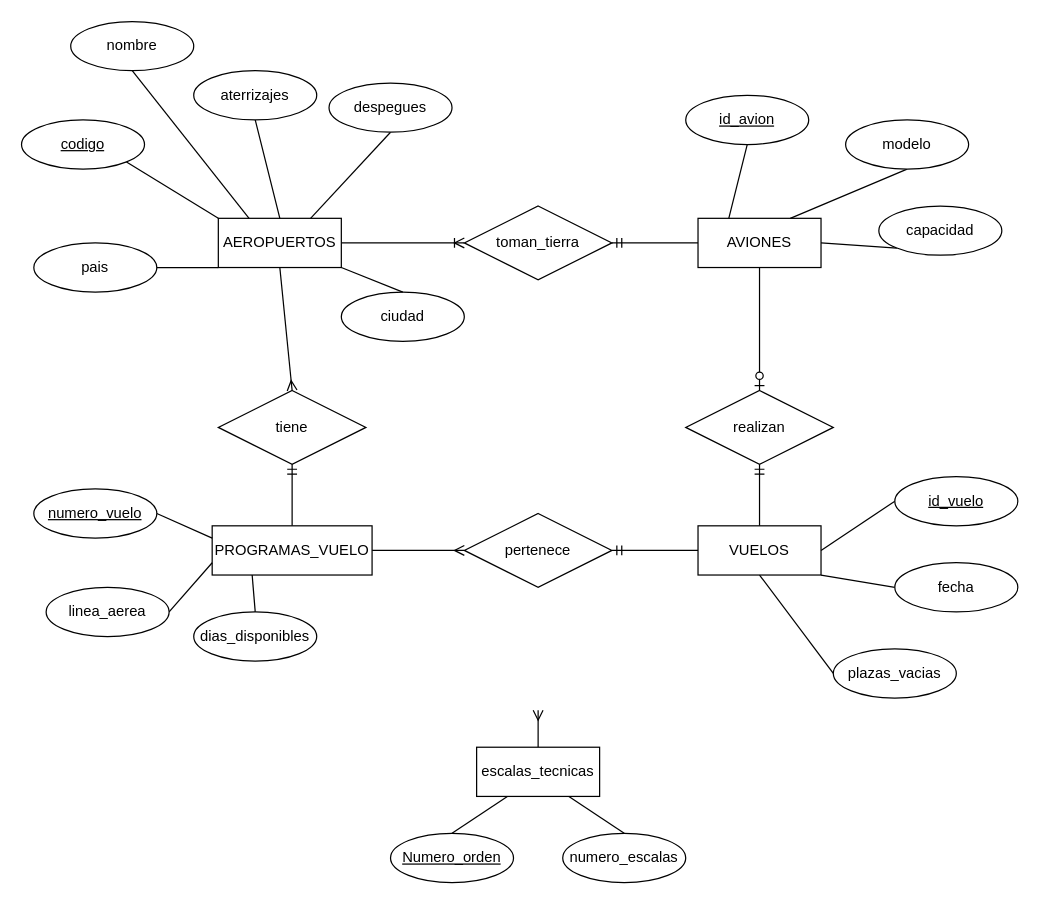
The draw.io diagram aeropuerto.drawio in rosemberg0212/Software-libre, before the edit. Source tidied: cells renumbered, new cells numbered last; positions are measured from the earlier drawing's top-left corner, leaving out a move shared by most shapes. Both pictures are drawn from the tidied source at 123%, with x=0, y=0 at pixel (21, 21).
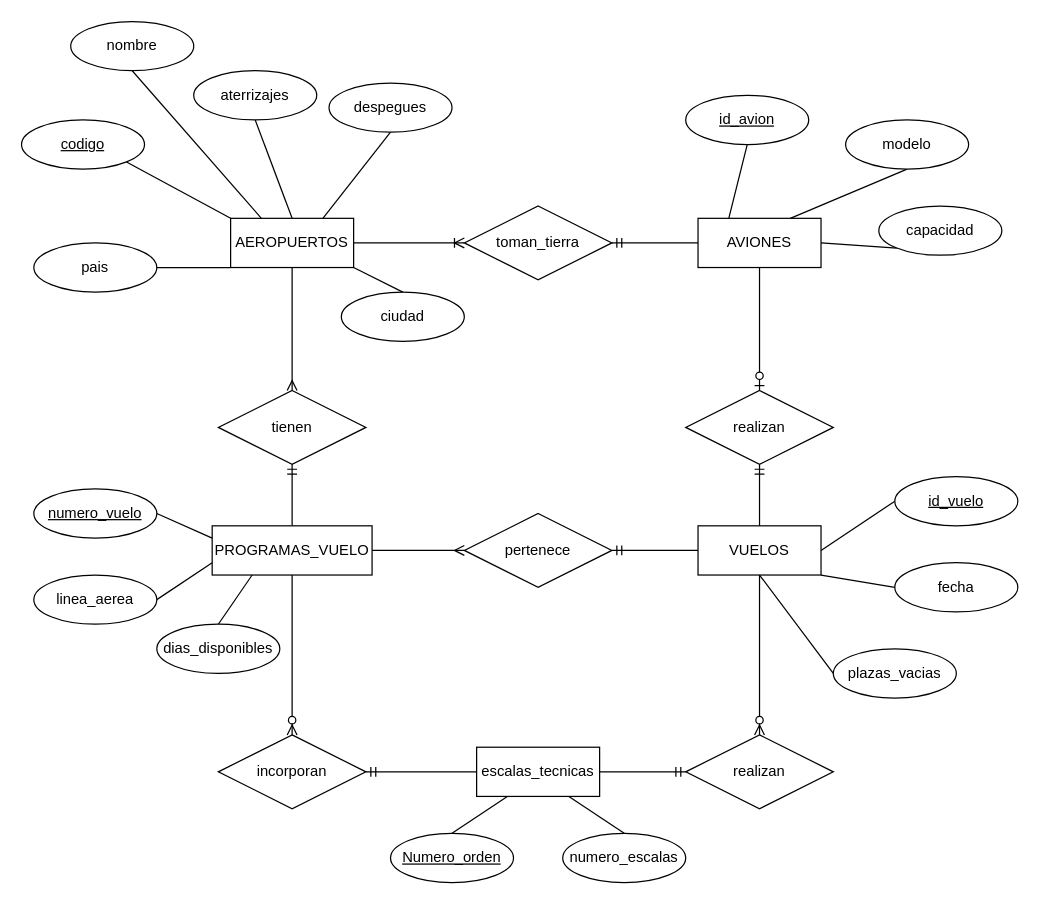
After the change.

Unchanged cells that the change refers to:
```xml
<mxCell id="24" value="PROGRAMAS_VUELO" style="whiteSpace=wrap;html=1;align=center;" parent="1" vertex="1">
  <mxGeometry x="155" y="410" width="130" height="40" as="geometry" />
</mxCell>
<mxCell id="34" value="VUELOS" style="whiteSpace=wrap;html=1;align=center;" parent="1" vertex="1">
  <mxGeometry x="550" y="410" width="100" height="40" as="geometry" />
</mxCell>
<mxCell id="46" value="escalas_tecnicas" style="whiteSpace=wrap;html=1;align=center;" parent="1" vertex="1">
  <mxGeometry x="370" y="590" width="100" height="40" as="geometry" />
</mxCell>
```

The edit, as a diff of the source:
```diff
@@
     <mxCell id="4" value="AEROPUERTOS" style="whiteSpace=wrap;html=1;align=center;" parent="1" vertex="1">
-      <mxGeometry x="160" y="160" width="100" height="40" as="geometry" />
+      <mxGeometry x="170" y="160" width="100" height="40" as="geometry" />
     </mxCell>
@@
+    <mxCell id="54" style="rounded=0;jettySize=auto;html=1;exitX=0.5;exitY=1;exitDx=0;exitDy=0;entryX=0.5;entryY=0;entryDx=0;entryDy=0;endArrow=ERzeroToMany;endFill=1;" parent="1" edge="1" source="24" target="58">
+      <mxGeometry relative="1" as="geometry" />
+    </mxCell>
@@
     <mxCell id="28" value="linea_aerea" style="ellipse;whiteSpace=wrap;html=1;align=center;" parent="1" vertex="1">
-      <mxGeometry x="20" y="460" width="100" height="40" as="geometry" />
+      <mxGeometry x="10" y="450" width="100" height="40" as="geometry" />
     </mxCell>
@@
     <mxCell id="30" value="dias_disponibles" style="ellipse;whiteSpace=wrap;html=1;align=center;" parent="1" vertex="1">
-      <mxGeometry x="140" y="480" width="100" height="40" as="geometry" />
+      <mxGeometry x="110" y="490" width="100" height="40" as="geometry" />
     </mxCell>
-    <mxCell id="31" value="tiene" style="shape=rhombus;perimeter=rhombusPerimeter;whiteSpace=wrap;html=1;align=center;" parent="1" vertex="1">
+    <mxCell id="31" value="tienen" style="shape=rhombus;perimeter=rhombusPerimeter;whiteSpace=wrap;html=1;align=center;" parent="1" vertex="1">
       <mxGeometry x="160" y="300" width="120" height="60" as="geometry" />
     </mxCell>
@@
+    <mxCell id="55" style="edgeStyle=none;rounded=0;jettySize=auto;html=1;exitX=0.5;exitY=1;exitDx=0;exitDy=0;entryX=0.5;entryY=0;entryDx=0;entryDy=0;endArrow=ERzeroToMany;endFill=1;" parent="1" edge="1" source="34" target="59">
+      <mxGeometry relative="1" as="geometry" />
+    </mxCell>
@@
-    <mxCell id="43" style="edgeStyle=none;rounded=0;jettySize=auto;html=1;exitX=0.5;exitY=0;exitDx=0;exitDy=0;entryX=0.5;entryY=1;entryDx=0;entryDy=0;startArrow=none;startFill=0;endArrow=ERmany;endFill=0;" parent="1" edge="1" source="46">
-      <mxGeometry relative="1" as="geometry">
-        <mxPoint x="420" y="560" as="targetPoint" />
-      </mxGeometry>
-    </mxCell>
@@
+    <mxCell id="56" style="edgeStyle=none;rounded=0;jettySize=auto;html=1;exitX=0;exitY=0.5;exitDx=0;exitDy=0;entryX=1;entryY=0.5;entryDx=0;entryDy=0;endArrow=ERmandOne;endFill=0;" parent="1" edge="1" source="46" target="58">
+      <mxGeometry relative="1" as="geometry" />
+    </mxCell>
+    <mxCell id="57" style="edgeStyle=none;rounded=0;jettySize=auto;html=1;exitX=1;exitY=0.5;exitDx=0;exitDy=0;entryX=0;entryY=0.5;entryDx=0;entryDy=0;endArrow=ERmandOne;endFill=0;" parent="1" edge="1" source="46" target="59">
+      <mxGeometry relative="1" as="geometry" />
+    </mxCell>
@@
+    <mxCell id="58" value="incorporan" style="shape=rhombus;perimeter=rhombusPerimeter;whiteSpace=wrap;html=1;align=center;" parent="1" vertex="1">
+      <mxGeometry x="160" y="580" width="120" height="60" as="geometry" />
+    </mxCell>
+    <mxCell id="59" value="realizan" style="shape=rhombus;perimeter=rhombusPerimeter;whiteSpace=wrap;html=1;align=center;" parent="1" vertex="1">
+      <mxGeometry x="540" y="580" width="120" height="60" as="geometry" />
+    </mxCell>
```
